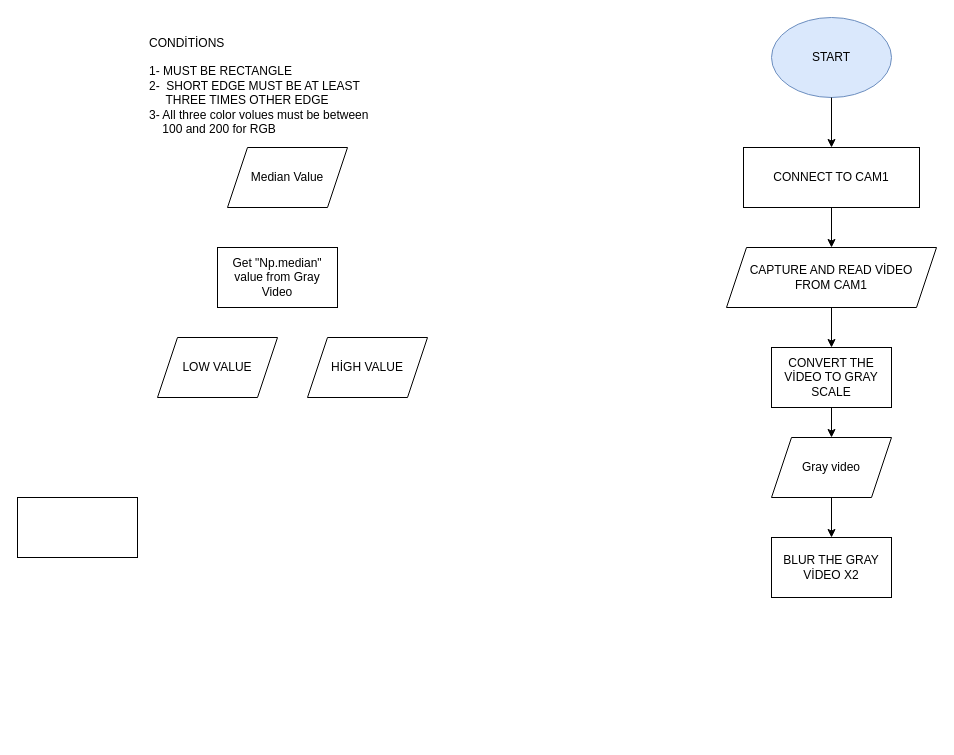
Earlier version of the draw.io diagram PTS.drawio (bugraduz/D-AGRAM). Source tidied: cells renumbered, new cells numbered last; positions are measured from the earlier drawing's top-left corner, leaving out a move shared by most shapes. Both pictures are drawn from the tidied source at 100%, with x=0, y=0 at pixel (17, 17).
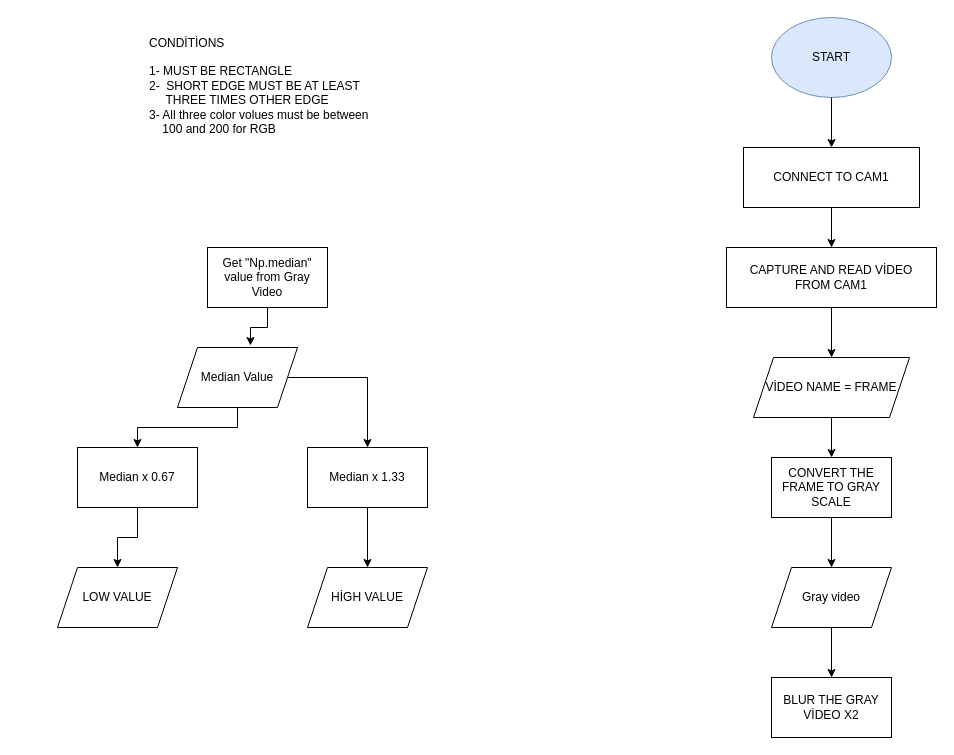
Above is the later version.

What changed in the source:
```diff
@@
-    <mxCell id="6" style="edgeStyle=orthogonalEdgeStyle;rounded=0;jettySize=auto;html=1;entryX=0.5;entryY=0;entryDx=0;entryDy=0;" parent="1" edge="1" source="7" target="9">
-      <mxGeometry relative="1" as="geometry" />
-    </mxCell>
+    <mxCell id="19" style="edgeStyle=orthogonalEdgeStyle;rounded=0;jettySize=auto;html=1;" parent="1" edge="1" source="7" target="24">
+      <mxGeometry relative="1" as="geometry" />
+    </mxCell>
-    <mxCell id="7" value="&lt;div&gt;CAPTURE AND READ VİDEO &lt;br&gt;&lt;/div&gt;&lt;div&gt;FROM CAM1&lt;/div&gt;" style="shape=parallelogram;perimeter=parallelogramPerimeter;whiteSpace=wrap;html=1;fixedSize=1;" parent="1" vertex="1">
+    <mxCell id="7" value="&lt;div&gt;CAPTURE AND READ VİDEO &lt;br&gt;&lt;/div&gt;&lt;div&gt;FROM CAM1&lt;/div&gt;" style="rounded=0;whiteSpace=wrap;html=1;fontFamily=Helvetica;fontSize=12;fontColor=default;align=center;strokeColor=default;fillColor=default;" parent="1" vertex="1">
       <mxGeometry x="709" y="230" width="210" height="60" as="geometry" />
     </mxCell>
@@
-    <mxCell id="9" value="CONVERT THE VİDEO TO GRAY SCALE" style="rounded=0;whiteSpace=wrap;html=1;" parent="1" vertex="1">
-      <mxGeometry x="754" y="330" width="120" height="60" as="geometry" />
+    <mxCell id="9" value="CONVERT THE FRAME TO GRAY SCALE" style="rounded=0;whiteSpace=wrap;html=1;" parent="1" vertex="1">
+      <mxGeometry x="754" y="440" width="120" height="60" as="geometry" />
     </mxCell>
@@
     <mxCell id="11" value="BLUR THE GRAY VİDEO X2" style="rounded=0;whiteSpace=wrap;html=1;" parent="1" vertex="1">
-      <mxGeometry x="754" y="520" width="120" height="60" as="geometry" />
+      <mxGeometry x="754" y="660" width="120" height="60" as="geometry" />
     </mxCell>
     <mxCell id="12" value="LOW VALUE" style="shape=parallelogram;perimeter=parallelogramPerimeter;whiteSpace=wrap;html=1;fixedSize=1;" parent="1" vertex="1">
-      <mxGeometry x="140" y="320" width="120" height="60" as="geometry" />
+      <mxGeometry x="40" y="550" width="120" height="60" as="geometry" />
     </mxCell>
     <mxCell id="13" value="HİGH VALUE" style="shape=parallelogram;perimeter=parallelogramPerimeter;whiteSpace=wrap;html=1;fixedSize=1;" parent="1" vertex="1">
-      <mxGeometry x="290" y="320" width="120" height="60" as="geometry" />
+      <mxGeometry x="290" y="550" width="120" height="60" as="geometry" />
     </mxCell>
-    <mxCell id="14" style="rounded=0;whiteSpace=wrap;html=1;" parent="1" vertex="1">
-      <mxGeometry y="480" width="120" height="60" as="geometry" />
-    </mxCell>
+    <mxCell id="20" style="edgeStyle=orthogonalEdgeStyle;rounded=0;jettySize=auto;html=1;entryX=0.5;entryY=0;entryDx=0;entryDy=0;" parent="1" edge="1" source="15" target="28">
+      <mxGeometry relative="1" as="geometry" />
+    </mxCell>
+    <mxCell id="21" style="edgeStyle=orthogonalEdgeStyle;rounded=0;jettySize=auto;html=1;exitX=0.5;exitY=1;exitDx=0;exitDy=0;" parent="1" edge="1" source="15" target="26">
+      <mxGeometry relative="1" as="geometry" />
+    </mxCell>
     <mxCell id="15" value="Median Value" style="shape=parallelogram;perimeter=parallelogramPerimeter;whiteSpace=wrap;html=1;fixedSize=1;" parent="1" vertex="1">
-      <mxGeometry x="210" y="130" width="120" height="60" as="geometry" />
+      <mxGeometry x="160" y="330" width="120" height="60" as="geometry" />
     </mxCell>
+    <mxCell id="22" style="edgeStyle=orthogonalEdgeStyle;rounded=0;jettySize=auto;html=1;entryX=0.608;entryY=-0.033;entryDx=0;entryDy=0;entryPerimeter=0;" parent="1" edge="1" source="16" target="15">
+      <mxGeometry relative="1" as="geometry" />
+    </mxCell>
     <mxCell id="16" value="Get &quot;Np.median&quot; value from Gray Video " style="rounded=0;whiteSpace=wrap;html=1;" parent="1" vertex="1">
-      <mxGeometry x="200" y="230" width="120" height="60" as="geometry" />
+      <mxGeometry x="190" y="230" width="120" height="60" as="geometry" />
     </mxCell>
@@
     <mxCell id="18" value="Gray video" style="shape=parallelogram;perimeter=parallelogramPerimeter;whiteSpace=wrap;html=1;fixedSize=1;" parent="1" vertex="1">
-      <mxGeometry x="754" y="420" width="120" height="60" as="geometry" />
+      <mxGeometry x="754" y="550" width="120" height="60" as="geometry" />
     </mxCell>
+    <mxCell id="23" style="edgeStyle=orthogonalEdgeStyle;rounded=0;jettySize=auto;html=1;exitX=0.5;exitY=1;exitDx=0;exitDy=0;entryX=0.5;entryY=0;entryDx=0;entryDy=0;" parent="1" edge="1" source="24" target="9">
+      <mxGeometry relative="1" as="geometry" />
+    </mxCell>
+    <mxCell id="24" value="VİDEO NAME = FRAME" style="shape=parallelogram;perimeter=parallelogramPerimeter;whiteSpace=wrap;html=1;fixedSize=1;" parent="1" vertex="1">
+      <mxGeometry x="736" y="340" width="156" height="60" as="geometry" />
+    </mxCell>
+    <mxCell id="25" style="edgeStyle=orthogonalEdgeStyle;rounded=0;jettySize=auto;html=1;entryX=0.5;entryY=0;entryDx=0;entryDy=0;" parent="1" edge="1" source="26" target="12">
+      <mxGeometry relative="1" as="geometry" />
+    </mxCell>
+    <mxCell id="26" value="Median x 0.67 " style="rounded=0;whiteSpace=wrap;html=1;" parent="1" vertex="1">
+      <mxGeometry x="60" y="430" width="120" height="60" as="geometry" />
+    </mxCell>
+    <mxCell id="27" style="edgeStyle=orthogonalEdgeStyle;rounded=0;jettySize=auto;html=1;entryX=0.5;entryY=0;entryDx=0;entryDy=0;" parent="1" edge="1" source="28" target="13">
+      <mxGeometry relative="1" as="geometry" />
+    </mxCell>
+    <mxCell id="28" value="Median x 1.33" style="rounded=0;whiteSpace=wrap;html=1;" parent="1" vertex="1">
+      <mxGeometry x="290" y="430" width="120" height="60" as="geometry" />
+    </mxCell>
```
